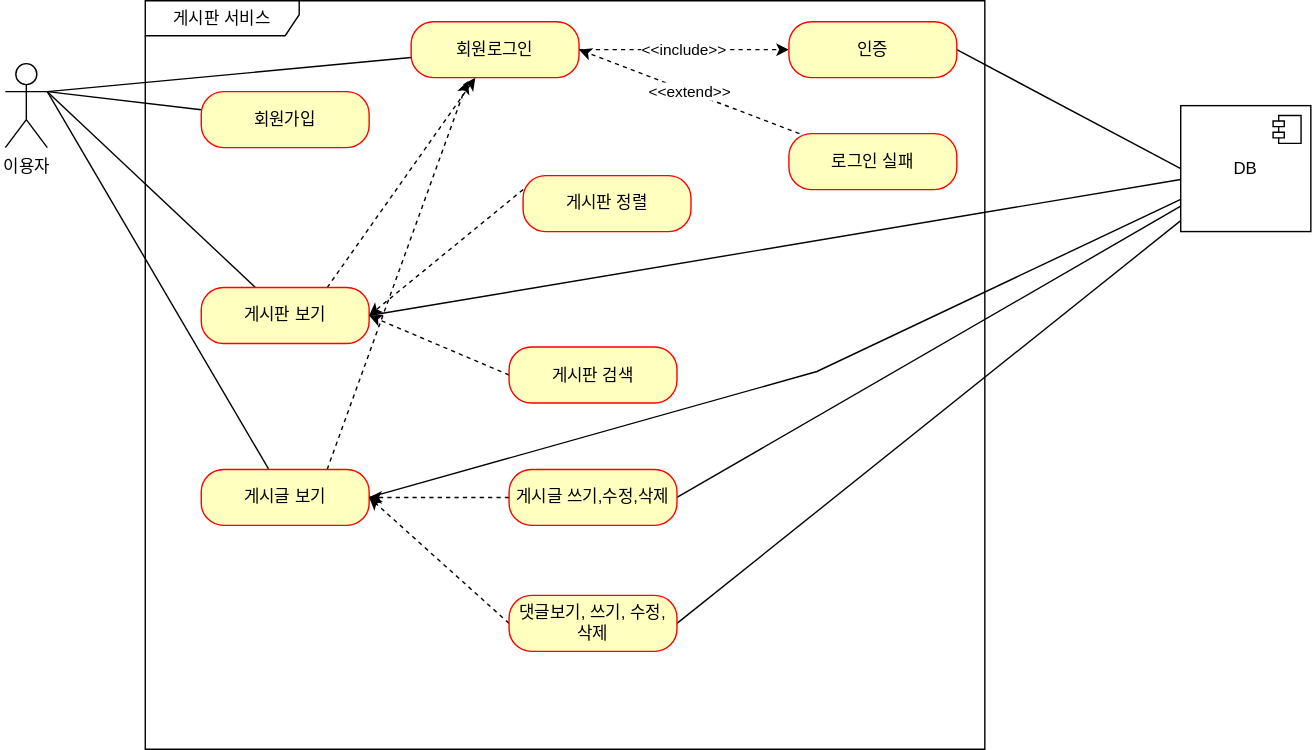
Earlier version of the draw.io export document/use-case.svg (smileLoopy/eunah-project-forum). Source tidied: cells renumbered, new cells last; positions are measured from the earlier drawing's top-left corner, leaving out a move shared by most shapes. The source it was exported from:
```xml
<mxGraphModel>
  <root>
    <mxCell id="0" />
    <mxCell id="1" parent="0" />
    <mxCell id="2" value="이용자" style="shape=umlActor;verticalLabelPosition=bottom;verticalAlign=top;html=1;" parent="1" vertex="1">
      <mxGeometry y="45" width="30" height="60" as="geometry" />
    </mxCell>
    <mxCell id="3" value="게시판 서비스" style="shape=umlFrame;whiteSpace=wrap;html=1;width=110;height=25;" parent="1" vertex="1">
      <mxGeometry x="100" width="600" height="535" as="geometry" />
    </mxCell>
    <mxCell id="4" style="rounded=0;jettySize=auto;html=1;entryX=1;entryY=0.3333333333333333;entryDx=0;entryDy=0;entryPerimeter=0;endArrow=none;endFill=0;" parent="1" edge="1" source="5" target="2">
      <mxGeometry relative="1" as="geometry" />
    </mxCell>
    <mxCell id="5" value="회원가입" style="rounded=1;whiteSpace=wrap;html=1;arcSize=40;fontColor=#000000;fillColor=#ffffc0;strokeColor=#ff0000;" parent="1" vertex="1">
      <mxGeometry x="140" y="65" width="120" height="40" as="geometry" />
    </mxCell>
    <mxCell id="6" style="rounded=0;jettySize=auto;html=1;endArrow=none;endFill=0;" parent="1" edge="1" source="9">
      <mxGeometry relative="1" as="geometry">
        <mxPoint x="30" y="65" as="targetPoint" />
      </mxGeometry>
    </mxCell>
    <mxCell id="7" style="rounded=0;jettySize=auto;html=1;exitX=0.75;exitY=0;exitDx=0;exitDy=0;dashed=1;" parent="1" edge="1" source="9" target="16">
      <mxGeometry relative="1" as="geometry" />
    </mxCell>
    <mxCell id="8" style="edgeStyle=none;shape=connector;rounded=0;jettySize=auto;html=1;exitX=1;exitY=0.5;exitDx=0;exitDy=0;labelBackgroundColor=default;strokeColor=default;fontFamily=Helvetica;fontSize=11;fontColor=default;endArrow=none;endFill=0;" parent="1" edge="1" source="9" target="31">
      <mxGeometry relative="1" as="geometry" />
    </mxCell>
    <mxCell id="9" value="게시판 보기" style="rounded=1;whiteSpace=wrap;html=1;arcSize=40;fontColor=#000000;fillColor=#ffffc0;strokeColor=#ff0000;" parent="1" vertex="1">
      <mxGeometry x="140" y="205" width="120" height="40" as="geometry" />
    </mxCell>
    <mxCell id="10" style="rounded=0;jettySize=auto;html=1;entryX=1;entryY=0.3333333333333333;entryDx=0;entryDy=0;entryPerimeter=0;endArrow=none;endFill=0;" parent="1" edge="1" source="13" target="2">
      <mxGeometry relative="1" as="geometry" />
    </mxCell>
    <mxCell id="11" style="rounded=0;jettySize=auto;html=1;exitX=0.75;exitY=0;exitDx=0;exitDy=0;entryX=0.337;entryY=1.062;entryDx=0;entryDy=0;entryPerimeter=0;dashed=1;" parent="1" edge="1" source="13" target="16">
      <mxGeometry relative="1" as="geometry" />
    </mxCell>
    <mxCell id="12" style="edgeStyle=none;shape=connector;rounded=0;jettySize=auto;html=1;exitX=1;exitY=0.5;exitDx=0;exitDy=0;labelBackgroundColor=default;strokeColor=default;fontFamily=Helvetica;fontSize=11;fontColor=default;endArrow=none;endFill=0;" parent="1" edge="1" source="13" target="31">
      <mxGeometry relative="1" as="geometry">
        <Array as="points">
          <mxPoint x="580" y="265" />
        </Array>
      </mxGeometry>
    </mxCell>
    <mxCell id="13" value="게시글 보기" style="rounded=1;whiteSpace=wrap;html=1;arcSize=40;fontColor=#000000;fillColor=#ffffc0;strokeColor=#ff0000;" parent="1" vertex="1">
      <mxGeometry x="140" y="335" width="120" height="40" as="geometry" />
    </mxCell>
    <mxCell id="14" style="rounded=0;jettySize=auto;html=1;entryX=1;entryY=0.3333333333333333;entryDx=0;entryDy=0;entryPerimeter=0;endArrow=none;endFill=0;" parent="1" edge="1" source="16" target="2">
      <mxGeometry relative="1" as="geometry" />
    </mxCell>
    <mxCell id="15" value="&amp;lt;&amp;lt;include&amp;gt;&amp;gt;" style="edgeStyle=orthogonalEdgeStyle;rounded=0;jettySize=auto;html=1;endArrow=classic;endFill=1;dashed=1;" parent="1" edge="1" source="16" target="18">
      <mxGeometry relative="1" as="geometry" />
    </mxCell>
    <mxCell id="16" value="회원로그인" style="rounded=1;whiteSpace=wrap;html=1;arcSize=40;fontColor=#000000;fillColor=#ffffc0;strokeColor=#ff0000;" parent="1" vertex="1">
      <mxGeometry x="290" y="15" width="120" height="40" as="geometry" />
    </mxCell>
    <mxCell id="17" style="rounded=0;jettySize=auto;html=1;exitX=1;exitY=0.5;exitDx=0;exitDy=0;entryX=0;entryY=0.5;entryDx=0;entryDy=0;endArrow=none;endFill=0;" parent="1" edge="1" source="18" target="31">
      <mxGeometry relative="1" as="geometry" />
    </mxCell>
    <mxCell id="18" value="인증" style="rounded=1;whiteSpace=wrap;html=1;arcSize=40;fontColor=#000000;fillColor=#ffffc0;strokeColor=#ff0000;" parent="1" vertex="1">
      <mxGeometry x="560" y="15" width="120" height="40" as="geometry" />
    </mxCell>
    <mxCell id="19" value="&amp;lt;&amp;lt;extend&amp;gt;&amp;gt;" style="rounded=0;jettySize=auto;html=1;entryX=1;entryY=0.5;entryDx=0;entryDy=0;endArrow=classic;endFill=1;dashed=1;" parent="1" edge="1" source="20" target="16">
      <mxGeometry relative="1" as="geometry" />
    </mxCell>
    <mxCell id="20" value="로그인 실패" style="rounded=1;whiteSpace=wrap;html=1;arcSize=40;fontColor=#000000;fillColor=#ffffc0;strokeColor=#ff0000;" parent="1" vertex="1">
      <mxGeometry x="560" y="95" width="120" height="40" as="geometry" />
    </mxCell>
    <mxCell id="21" style="rounded=0;jettySize=auto;html=1;exitX=0;exitY=0.25;exitDx=0;exitDy=0;entryX=1;entryY=0.5;entryDx=0;entryDy=0;dashed=1;" parent="1" edge="1" source="22" target="9">
      <mxGeometry relative="1" as="geometry" />
    </mxCell>
    <mxCell id="22" value="게시판 정렬" style="rounded=1;whiteSpace=wrap;html=1;arcSize=40;fontColor=#000000;fillColor=#ffffc0;strokeColor=#ff0000;" parent="1" vertex="1">
      <mxGeometry x="370" y="125" width="120" height="40" as="geometry" />
    </mxCell>
    <mxCell id="23" style="rounded=0;jettySize=auto;html=1;exitX=0;exitY=0.5;exitDx=0;exitDy=0;dashed=1;" parent="1" edge="1" source="24">
      <mxGeometry relative="1" as="geometry">
        <mxPoint x="260" y="225" as="targetPoint" />
      </mxGeometry>
    </mxCell>
    <mxCell id="24" value="게시판 검색" style="rounded=1;whiteSpace=wrap;html=1;arcSize=40;fontColor=#000000;fillColor=#ffffc0;strokeColor=#ff0000;" parent="1" vertex="1">
      <mxGeometry x="360" y="247.5" width="120" height="40" as="geometry" />
    </mxCell>
    <mxCell id="25" style="rounded=0;jettySize=auto;html=1;exitX=0;exitY=0.5;exitDx=0;exitDy=0;dashed=1;" parent="1" edge="1" source="27" target="13">
      <mxGeometry relative="1" as="geometry" />
    </mxCell>
    <mxCell id="26" style="edgeStyle=none;shape=connector;rounded=0;jettySize=auto;html=1;exitX=1;exitY=0.5;exitDx=0;exitDy=0;labelBackgroundColor=default;strokeColor=default;fontFamily=Helvetica;fontSize=11;fontColor=default;endArrow=none;endFill=0;" parent="1" edge="1" source="27" target="31">
      <mxGeometry relative="1" as="geometry" />
    </mxCell>
    <mxCell id="27" value="게시글 쓰기,수정,삭제" style="rounded=1;whiteSpace=wrap;html=1;arcSize=40;fontColor=#000000;fillColor=#ffffc0;strokeColor=#ff0000;" parent="1" vertex="1">
      <mxGeometry x="360" y="335" width="120" height="40" as="geometry" />
    </mxCell>
    <mxCell id="28" style="rounded=0;jettySize=auto;html=1;exitX=0;exitY=0.5;exitDx=0;exitDy=0;entryX=1;entryY=0.5;entryDx=0;entryDy=0;dashed=1;" parent="1" edge="1" source="30" target="13">
      <mxGeometry relative="1" as="geometry" />
    </mxCell>
    <mxCell id="29" style="edgeStyle=none;shape=connector;rounded=0;jettySize=auto;html=1;exitX=1;exitY=0.5;exitDx=0;exitDy=0;labelBackgroundColor=default;strokeColor=default;fontFamily=Helvetica;fontSize=11;fontColor=default;endArrow=none;endFill=0;" parent="1" edge="1" source="30" target="31">
      <mxGeometry relative="1" as="geometry" />
    </mxCell>
    <mxCell id="30" value="댓글보기, 쓰기, 수정, 삭제" style="rounded=1;whiteSpace=wrap;html=1;arcSize=40;fontColor=#000000;fillColor=#ffffc0;strokeColor=#ff0000;" parent="1" vertex="1">
      <mxGeometry x="360" y="425" width="120" height="40" as="geometry" />
    </mxCell>
    <mxCell id="31" value="DB" style="html=1;whiteSpace=wrap;" parent="1" vertex="1">
      <mxGeometry x="840" y="75" width="93" height="90" as="geometry" />
    </mxCell>
    <mxCell id="32" style="shape=module;jettyWidth=8;jettyHeight=4;" parent="31" vertex="1">
      <mxGeometry x="1" width="20" height="20" relative="1" as="geometry">
        <mxPoint x="-27" y="7" as="offset" />
      </mxGeometry>
    </mxCell>
  </root>
</mxGraphModel>
```
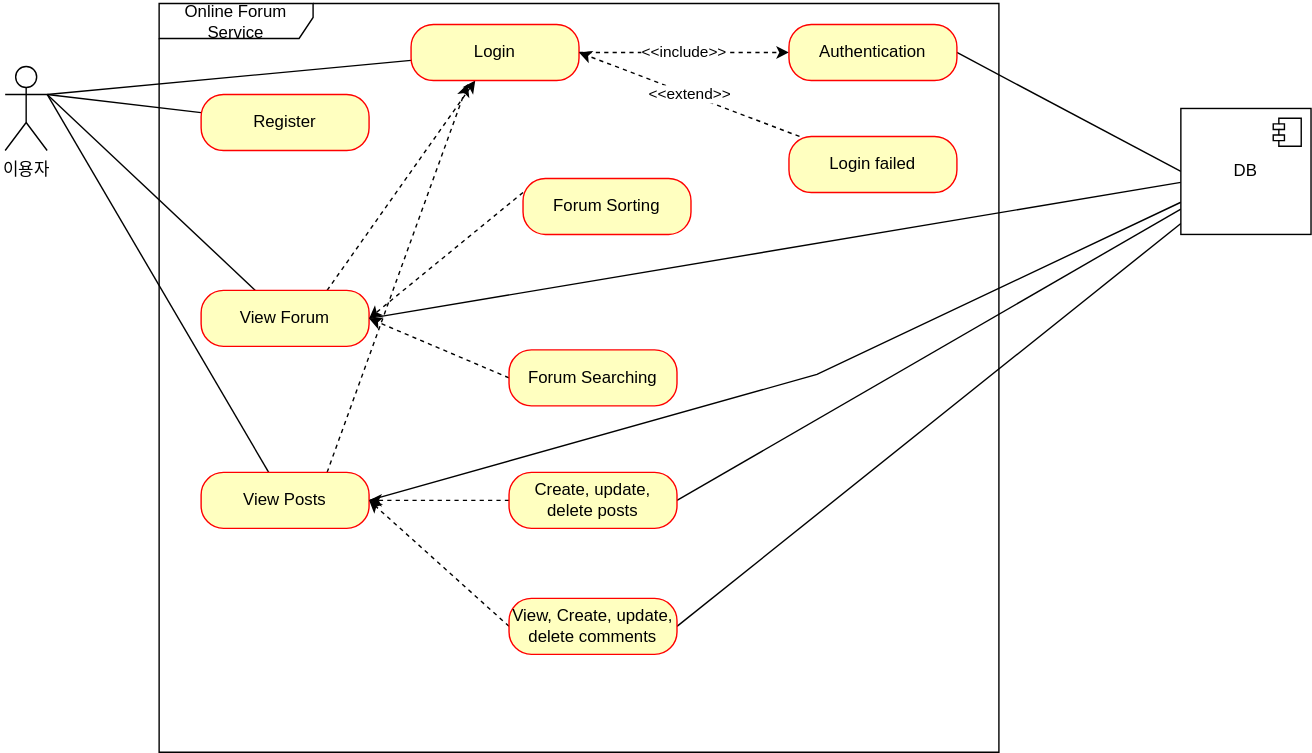
The same file after the commit.

What changed in the source:
```diff
@@ -5,13 +5,13 @@
     <mxCell id="2" value="이용자" style="shape=umlActor;verticalLabelPosition=bottom;verticalAlign=top;html=1;" parent="1" vertex="1">
       <mxGeometry y="45" width="30" height="60" as="geometry" />
     </mxCell>
-    <mxCell id="3" value="게시판 서비스" style="shape=umlFrame;whiteSpace=wrap;html=1;width=110;height=25;" parent="1" vertex="1">
-      <mxGeometry x="100" width="600" height="535" as="geometry" />
+    <mxCell id="3" value="Online Forum Service" style="shape=umlFrame;whiteSpace=wrap;html=1;width=110;height=25;" parent="1" vertex="1">
+      <mxGeometry x="110" width="600" height="535" as="geometry" />
     </mxCell>
     <mxCell id="4" style="rounded=0;jettySize=auto;html=1;entryX=1;entryY=0.3333333333333333;entryDx=0;entryDy=0;entryPerimeter=0;endArrow=none;endFill=0;" parent="1" edge="1" source="5" target="2">
       <mxGeometry relative="1" as="geometry" />
     </mxCell>
-    <mxCell id="5" value="회원가입" style="rounded=1;whiteSpace=wrap;html=1;arcSize=40;fontColor=#000000;fillColor=#ffffc0;strokeColor=#ff0000;" parent="1" vertex="1">
+    <mxCell id="5" value="Register" style="rounded=1;whiteSpace=wrap;html=1;arcSize=40;fontColor=#000000;fillColor=#ffffc0;strokeColor=#ff0000;" parent="1" vertex="1">
       <mxGeometry x="140" y="65" width="120" height="40" as="geometry" />
     </mxCell>
     <mxCell id="6" style="rounded=0;jettySize=auto;html=1;endArrow=none;endFill=0;" parent="1" edge="1" source="9">
@@ -25,7 +25,7 @@
     <mxCell id="8" style="edgeStyle=none;shape=connector;rounded=0;jettySize=auto;html=1;exitX=1;exitY=0.5;exitDx=0;exitDy=0;labelBackgroundColor=default;strokeColor=default;fontFamily=Helvetica;fontSize=11;fontColor=default;endArrow=none;endFill=0;" parent="1" edge="1" source="9" target="31">
       <mxGeometry relative="1" as="geometry" />
     </mxCell>
-    <mxCell id="9" value="게시판 보기" style="rounded=1;whiteSpace=wrap;html=1;arcSize=40;fontColor=#000000;fillColor=#ffffc0;strokeColor=#ff0000;" parent="1" vertex="1">
+    <mxCell id="9" value="View Forum" style="rounded=1;whiteSpace=wrap;html=1;arcSize=40;fontColor=#000000;fillColor=#ffffc0;strokeColor=#ff0000;" parent="1" vertex="1">
       <mxGeometry x="140" y="205" width="120" height="40" as="geometry" />
     </mxCell>
     <mxCell id="10" style="rounded=0;jettySize=auto;html=1;entryX=1;entryY=0.3333333333333333;entryDx=0;entryDy=0;entryPerimeter=0;endArrow=none;endFill=0;" parent="1" edge="1" source="13" target="2">
@@ -41,7 +41,7 @@
         </Array>
       </mxGeometry>
     </mxCell>
-    <mxCell id="13" value="게시글 보기" style="rounded=1;whiteSpace=wrap;html=1;arcSize=40;fontColor=#000000;fillColor=#ffffc0;strokeColor=#ff0000;" parent="1" vertex="1">
+    <mxCell id="13" value="View Posts" style="rounded=1;whiteSpace=wrap;html=1;arcSize=40;fontColor=#000000;fillColor=#ffffc0;strokeColor=#ff0000;" parent="1" vertex="1">
       <mxGeometry x="140" y="335" width="120" height="40" as="geometry" />
     </mxCell>
     <mxCell id="14" style="rounded=0;jettySize=auto;html=1;entryX=1;entryY=0.3333333333333333;entryDx=0;entryDy=0;entryPerimeter=0;endArrow=none;endFill=0;" parent="1" edge="1" source="16" target="2">
@@ -50,25 +50,25 @@
     <mxCell id="15" value="&amp;lt;&amp;lt;include&amp;gt;&amp;gt;" style="edgeStyle=orthogonalEdgeStyle;rounded=0;jettySize=auto;html=1;endArrow=classic;endFill=1;dashed=1;" parent="1" edge="1" source="16" target="18">
       <mxGeometry relative="1" as="geometry" />
     </mxCell>
-    <mxCell id="16" value="회원로그인" style="rounded=1;whiteSpace=wrap;html=1;arcSize=40;fontColor=#000000;fillColor=#ffffc0;strokeColor=#ff0000;" parent="1" vertex="1">
+    <mxCell id="16" value="Login" style="rounded=1;whiteSpace=wrap;html=1;arcSize=40;fontColor=#000000;fillColor=#ffffc0;strokeColor=#ff0000;" parent="1" vertex="1">
       <mxGeometry x="290" y="15" width="120" height="40" as="geometry" />
     </mxCell>
     <mxCell id="17" style="rounded=0;jettySize=auto;html=1;exitX=1;exitY=0.5;exitDx=0;exitDy=0;entryX=0;entryY=0.5;entryDx=0;entryDy=0;endArrow=none;endFill=0;" parent="1" edge="1" source="18" target="31">
       <mxGeometry relative="1" as="geometry" />
     </mxCell>
-    <mxCell id="18" value="인증" style="rounded=1;whiteSpace=wrap;html=1;arcSize=40;fontColor=#000000;fillColor=#ffffc0;strokeColor=#ff0000;" parent="1" vertex="1">
+    <mxCell id="18" value="Authentication" style="rounded=1;whiteSpace=wrap;html=1;arcSize=40;fontColor=#000000;fillColor=#ffffc0;strokeColor=#ff0000;" parent="1" vertex="1">
       <mxGeometry x="560" y="15" width="120" height="40" as="geometry" />
     </mxCell>
     <mxCell id="19" value="&amp;lt;&amp;lt;extend&amp;gt;&amp;gt;" style="rounded=0;jettySize=auto;html=1;entryX=1;entryY=0.5;entryDx=0;entryDy=0;endArrow=classic;endFill=1;dashed=1;" parent="1" edge="1" source="20" target="16">
       <mxGeometry relative="1" as="geometry" />
     </mxCell>
-    <mxCell id="20" value="로그인 실패" style="rounded=1;whiteSpace=wrap;html=1;arcSize=40;fontColor=#000000;fillColor=#ffffc0;strokeColor=#ff0000;" parent="1" vertex="1">
+    <mxCell id="20" value="Login failed" style="rounded=1;whiteSpace=wrap;html=1;arcSize=40;fontColor=#000000;fillColor=#ffffc0;strokeColor=#ff0000;" parent="1" vertex="1">
       <mxGeometry x="560" y="95" width="120" height="40" as="geometry" />
     </mxCell>
     <mxCell id="21" style="rounded=0;jettySize=auto;html=1;exitX=0;exitY=0.25;exitDx=0;exitDy=0;entryX=1;entryY=0.5;entryDx=0;entryDy=0;dashed=1;" parent="1" edge="1" source="22" target="9">
       <mxGeometry relative="1" as="geometry" />
     </mxCell>
-    <mxCell id="22" value="게시판 정렬" style="rounded=1;whiteSpace=wrap;html=1;arcSize=40;fontColor=#000000;fillColor=#ffffc0;strokeColor=#ff0000;" parent="1" vertex="1">
+    <mxCell id="22" value="Forum Sorting" style="rounded=1;whiteSpace=wrap;html=1;arcSize=40;fontColor=#000000;fillColor=#ffffc0;strokeColor=#ff0000;" parent="1" vertex="1">
       <mxGeometry x="370" y="125" width="120" height="40" as="geometry" />
     </mxCell>
     <mxCell id="23" style="rounded=0;jettySize=auto;html=1;exitX=0;exitY=0.5;exitDx=0;exitDy=0;dashed=1;" parent="1" edge="1" source="24">
@@ -76,7 +76,7 @@
         <mxPoint x="260" y="225" as="targetPoint" />
       </mxGeometry>
     </mxCell>
-    <mxCell id="24" value="게시판 검색" style="rounded=1;whiteSpace=wrap;html=1;arcSize=40;fontColor=#000000;fillColor=#ffffc0;strokeColor=#ff0000;" parent="1" vertex="1">
+    <mxCell id="24" value="Forum Searching" style="rounded=1;whiteSpace=wrap;html=1;arcSize=40;fontColor=#000000;fillColor=#ffffc0;strokeColor=#ff0000;" parent="1" vertex="1">
       <mxGeometry x="360" y="247.5" width="120" height="40" as="geometry" />
     </mxCell>
     <mxCell id="25" style="rounded=0;jettySize=auto;html=1;exitX=0;exitY=0.5;exitDx=0;exitDy=0;dashed=1;" parent="1" edge="1" source="27" target="13">
@@ -85,7 +85,7 @@
     <mxCell id="26" style="edgeStyle=none;shape=connector;rounded=0;jettySize=auto;html=1;exitX=1;exitY=0.5;exitDx=0;exitDy=0;labelBackgroundColor=default;strokeColor=default;fontFamily=Helvetica;fontSize=11;fontColor=default;endArrow=none;endFill=0;" parent="1" edge="1" source="27" target="31">
       <mxGeometry relative="1" as="geometry" />
     </mxCell>
-    <mxCell id="27" value="게시글 쓰기,수정,삭제" style="rounded=1;whiteSpace=wrap;html=1;arcSize=40;fontColor=#000000;fillColor=#ffffc0;strokeColor=#ff0000;" parent="1" vertex="1">
+    <mxCell id="27" value="Create, update, delete posts" style="rounded=1;whiteSpace=wrap;html=1;arcSize=40;fontColor=#000000;fillColor=#ffffc0;strokeColor=#ff0000;" parent="1" vertex="1">
       <mxGeometry x="360" y="335" width="120" height="40" as="geometry" />
     </mxCell>
     <mxCell id="28" style="rounded=0;jettySize=auto;html=1;exitX=0;exitY=0.5;exitDx=0;exitDy=0;entryX=1;entryY=0.5;entryDx=0;entryDy=0;dashed=1;" parent="1" edge="1" source="30" target="13">
@@ -94,7 +94,7 @@
     <mxCell id="29" style="edgeStyle=none;shape=connector;rounded=0;jettySize=auto;html=1;exitX=1;exitY=0.5;exitDx=0;exitDy=0;labelBackgroundColor=default;strokeColor=default;fontFamily=Helvetica;fontSize=11;fontColor=default;endArrow=none;endFill=0;" parent="1" edge="1" source="30" target="31">
       <mxGeometry relative="1" as="geometry" />
     </mxCell>
-    <mxCell id="30" value="댓글보기, 쓰기, 수정, 삭제" style="rounded=1;whiteSpace=wrap;html=1;arcSize=40;fontColor=#000000;fillColor=#ffffc0;strokeColor=#ff0000;" parent="1" vertex="1">
+    <mxCell id="30" value="View, Create, update, delete comments" style="rounded=1;whiteSpace=wrap;html=1;arcSize=40;fontColor=#000000;fillColor=#ffffc0;strokeColor=#ff0000;" parent="1" vertex="1">
       <mxGeometry x="360" y="425" width="120" height="40" as="geometry" />
     </mxCell>
     <mxCell id="31" value="DB" style="html=1;whiteSpace=wrap;" parent="1" vertex="1">
```
